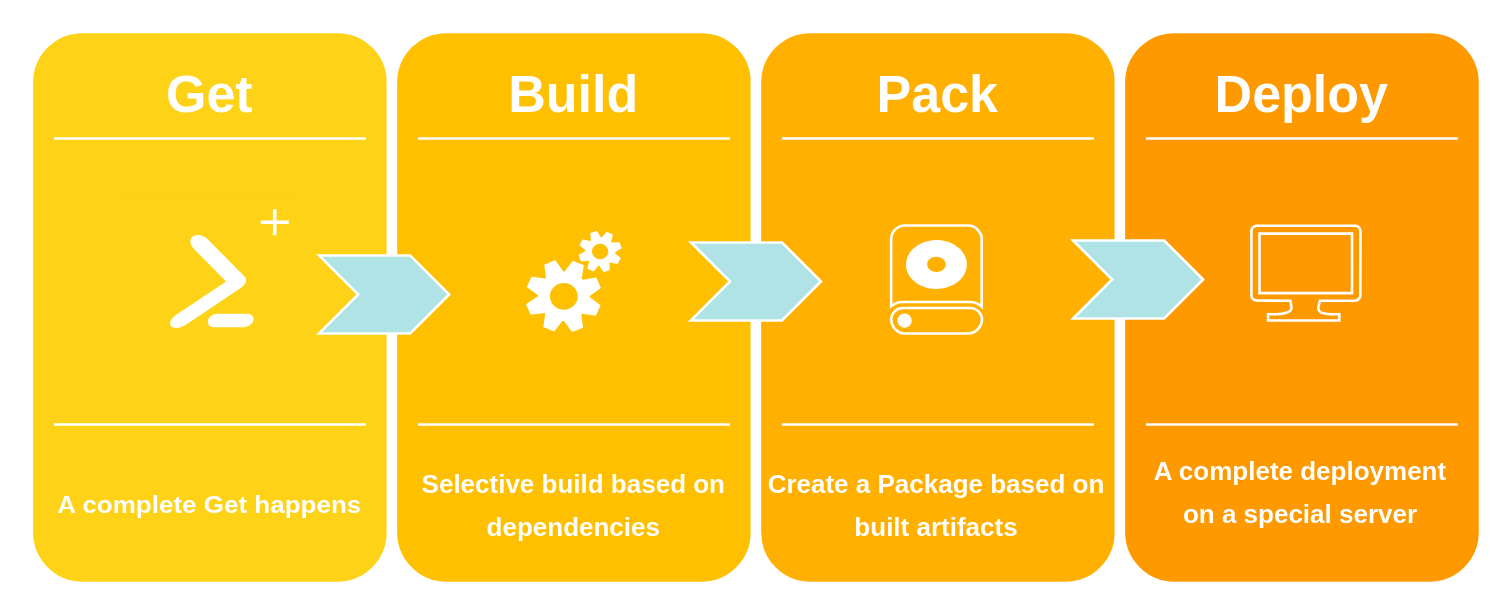
Before: Untitled Diagram.drawio in Mostafa-Armandi/Diagrams, a draw.io diagram. Source tidied: cells renumbered, new cells numbered last; positions are measured from the earlier drawing's top-left corner, leaving out a move shared by most shapes. Both pictures are drawn from the tidied source at 130%, with x=0, y=0 at pixel (27, 27).
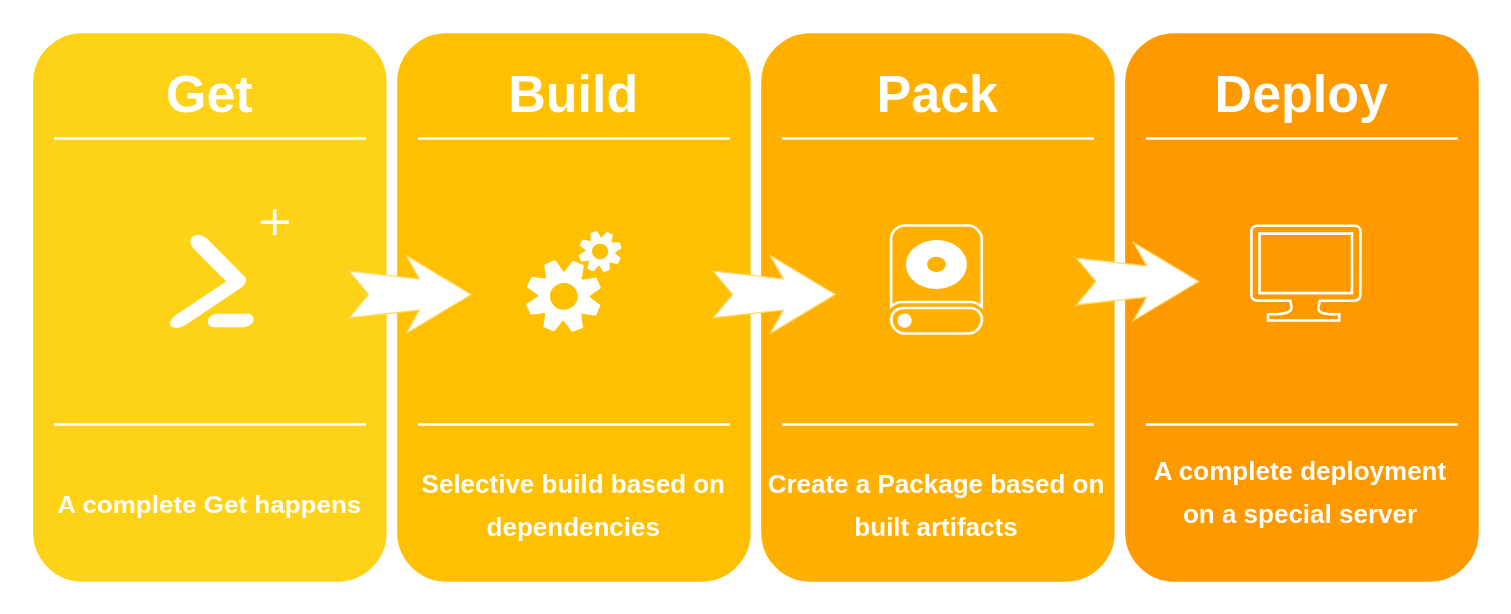
Above is the later version.

What changed in the source:
```diff
@@
-    <mxCell id="22" style="html=1;shadow=0;dashed=0;align=center;verticalAlign=middle;shape=mxgraph.arrows2.arrow;dy=0;dx=30;notch=30;strokeWidth=2;fillColor=#b0e3e6;strokeColor=#FFFFFF;" parent="1" vertex="1">
-      <mxGeometry x="224" y="175" width="100" height="60" as="geometry" />
-    </mxCell>
-    <mxCell id="23" style="html=1;shadow=0;dashed=0;align=center;verticalAlign=middle;shape=mxgraph.arrows2.arrow;dy=0;dx=30;notch=30;strokeWidth=2;fillColor=#b0e3e6;strokeColor=#FFFFFF;" parent="1" vertex="1">
-      <mxGeometry x="510" y="165" width="100" height="60" as="geometry" />
-    </mxCell>
-    <mxCell id="24" style="html=1;shadow=0;dashed=0;align=center;verticalAlign=middle;shape=mxgraph.arrows2.arrow;dy=0;dx=30;notch=30;strokeWidth=2;fillColor=#b0e3e6;strokeColor=#FFFFFF;" parent="1" vertex="1">
-      <mxGeometry x="804" y="163.5" width="100" height="60" as="geometry" />
-    </mxCell>
@@
+    <mxCell id="29" style="html=1;shadow=0;dashed=0;align=center;verticalAlign=middle;shape=mxgraph.arrows2.stylisedArrow;dy=0.6;dx=40;notch=15;feather=0.4;strokeColor=#FFD966;" parent="1" vertex="1">
+      <mxGeometry x="247" y="175" width="94" height="60" as="geometry" />
+    </mxCell>
+    <mxCell id="30" style="html=1;shadow=0;dashed=0;align=center;verticalAlign=middle;shape=mxgraph.arrows2.stylisedArrow;dy=0.6;dx=40;notch=15;feather=0.4;strokeColor=#FFD966;" parent="1" vertex="1">
+      <mxGeometry x="527" y="175" width="94" height="60" as="geometry" />
+    </mxCell>
+    <mxCell id="31" style="html=1;shadow=0;dashed=0;align=center;verticalAlign=middle;shape=mxgraph.arrows2.stylisedArrow;dy=0.6;dx=40;notch=15;feather=0.4;strokeColor=#FFD966;" parent="1" vertex="1">
+      <mxGeometry x="806.5" y="165" width="94" height="60" as="geometry" />
+    </mxCell>
```
